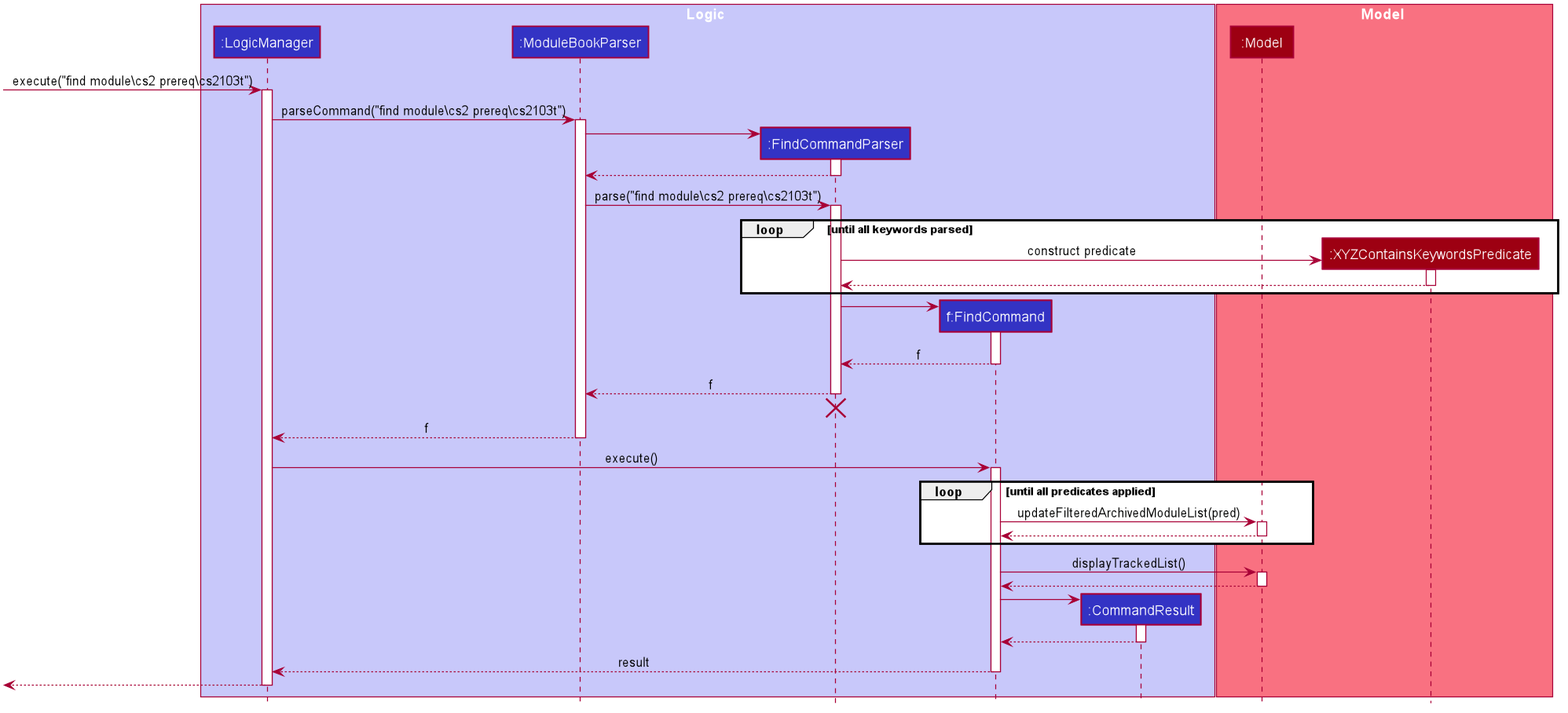
nus-cs2103-AY1920S1/addressbook-level3 keeps this PlantUML diagram as docs/images/FindSequenceDiagram.png. Above is the earlier version.
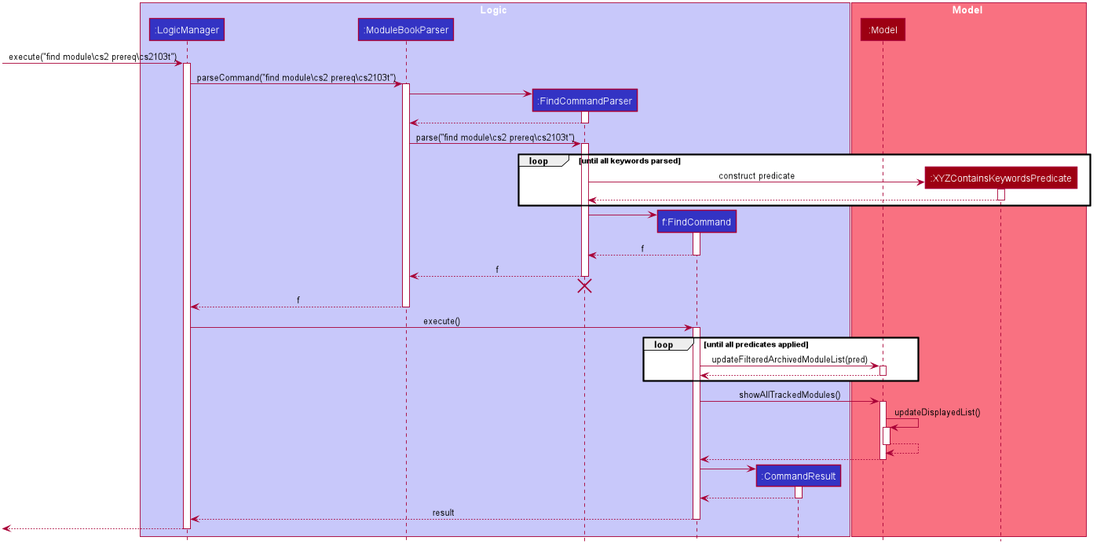
The same file after the commit.

What changed in the source:
```diff
@@ -12,6 +12,8 @@
 skinparam Shadowing false
 
 skinparam Class {
+    AttributeFontColor #FFFFFF
+    AttributeFontName Arial
     FontColor #FFFFFF
     BorderThickness 1
     BorderColor #FFFFFF
@@ -111,8 +113,14 @@
 deactivate Model
 end
 
-FindCommand -> Model : displayTrackedList()
+FindCommand -> Model : showAllTrackedModules()
 activate Model
+
+Model -> Model : updateDisplayedList()
+activate Model
+
+Model --> Model
+deactivate Model
 
 Model --> FindCommand
 deactivate Model
```
